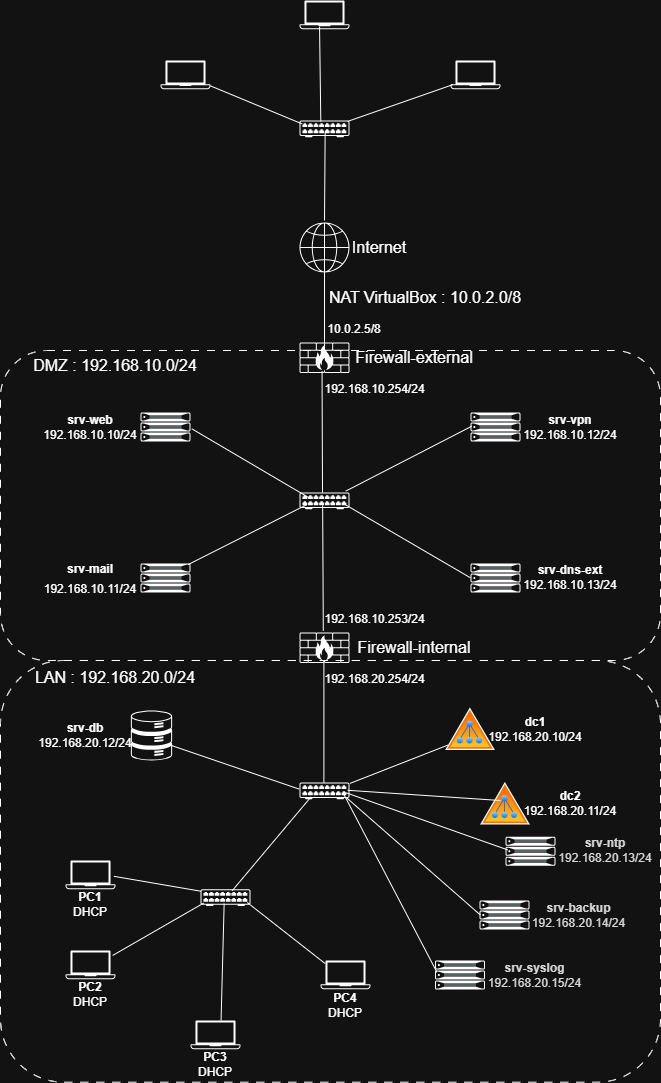
The draw.io diagram ressources/projet-reseaux-architecture.png in kylianjoff/projet-reseaux, before a commit. Source tidied: cells renumbered, new cells last; positions are measured from the earlier drawing's top-left corner, leaving out a move shared by most shapes.
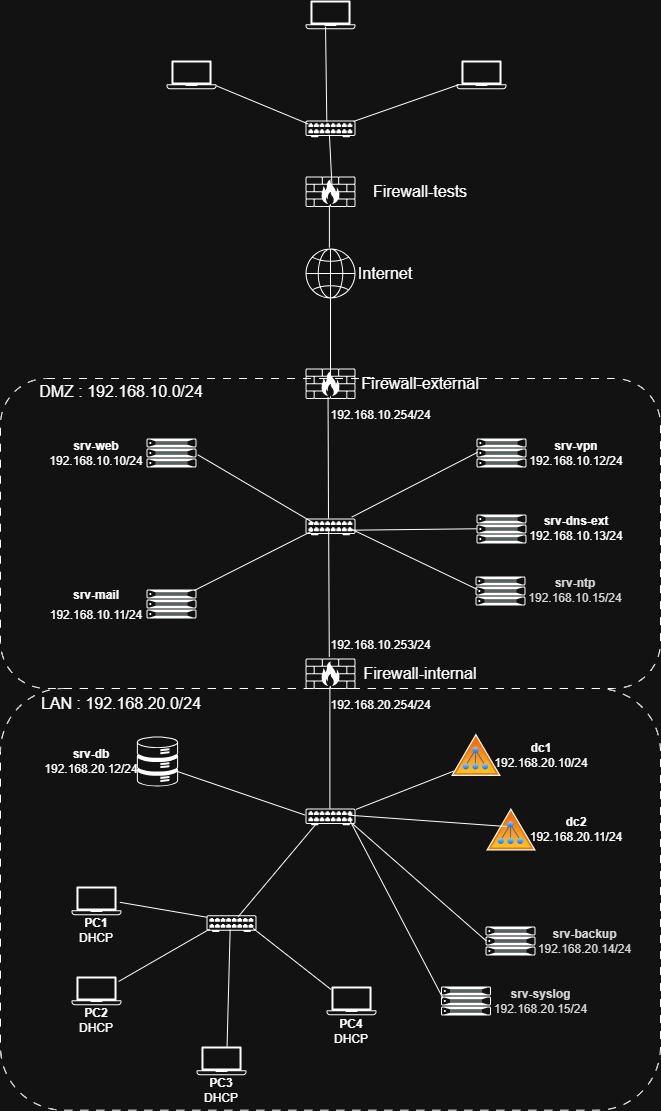
Later version of the same file.

Commit message:
Modification architecture

Diff of the diagram source:
```diff
@@ -12,7 +12,7 @@
       <mxGeometry x="60" y="562" width="60" height="30" as="geometry" />
     </mxCell>
     <mxCell id="5" value="&lt;b&gt;srv-dns-ext&lt;/b&gt;&lt;div&gt;192.168.10.13/24&lt;/div&gt;" style="text;html=1;whiteSpace=wrap;strokeColor=none;fillColor=none;align=center;verticalAlign=middle;rounded=0;labelBackgroundColor=none;" parent="1" vertex="1">
-      <mxGeometry x="540" y="562" width="60" height="30" as="geometry" />
+      <mxGeometry x="540" y="487" width="60" height="30" as="geometry" />
     </mxCell>
     <mxCell id="6" style="fillColorStyles=neutralFill;neutralFill=#9DA6A8;shape=mxgraph.networks2.icon;network2IconShadow=1;network2bgFillColor=none;labelPosition=center;verticalLabelPosition=bottom;align=center;verticalAlign=top;network2Icon=mxgraph.networks2.server;network2IconW=1.0001;network2IconH=0.5812;labelBackgroundColor=none;" parent="1" vertex="1">
       <mxGeometry x="140" y="412" width="50" height="29.1" as="geometry" />
@@ -21,7 +21,7 @@
       <mxGeometry x="140" y="563" width="50" height="29.1" as="geometry" />
     </mxCell>
     <mxCell id="8" style="fillColorStyles=neutralFill;neutralFill=#9DA6A8;shape=mxgraph.networks2.icon;network2IconShadow=1;network2bgFillColor=none;labelPosition=center;verticalLabelPosition=bottom;align=center;verticalAlign=top;network2Icon=mxgraph.networks2.server;network2IconW=1.0001;network2IconH=0.5812;labelBackgroundColor=none;" parent="1" vertex="1">
-      <mxGeometry x="470" y="563" width="50" height="29.1" as="geometry" />
+      <mxGeometry x="470" y="488" width="50" height="29.1" as="geometry" />
     </mxCell>
     <mxCell id="9" style="fillColorStyles=neutralFill;neutralFill=#9DA6A8;shape=mxgraph.networks2.icon;network2IconShadow=1;network2bgFillColor=none;labelPosition=center;verticalLabelPosition=bottom;align=center;verticalAlign=top;network2Icon=mxgraph.networks2.server;network2IconW=1.0001;network2IconH=0.5812;labelBackgroundColor=none;" parent="1" vertex="1">
       <mxGeometry x="470" y="412" width="50" height="29.1" as="geometry" />
@@ -63,9 +63,6 @@
         <mxPoint x="324" y="265" as="targetPoint" />
       </mxGeometry>
     </mxCell>
-    <mxCell id="21" value="&lt;font style=&quot;font-size: 12px;&quot;&gt;10.0.2.5/8&lt;/font&gt;" style="text;html=1;whiteSpace=wrap;strokeColor=none;fillColor=none;align=center;verticalAlign=middle;rounded=0;fontSize=16;labelBackgroundColor=none;" parent="1" vertex="1">
-      <mxGeometry x="324" y="312" width="60" height="30" as="geometry" />
-    </mxCell>
     <mxCell id="22" value="&lt;font style=&quot;font-size: 12px;&quot;&gt;192.168.10.254/24&lt;/font&gt;" style="text;html=1;whiteSpace=wrap;strokeColor=none;fillColor=none;align=center;verticalAlign=middle;rounded=0;fontSize=16;labelBackgroundColor=none;" parent="1" vertex="1">
       <mxGeometry x="340" y="372.4" width="69" height="30" as="geometry" />
     </mxCell>
@@ -82,21 +79,16 @@
       <mxGeometry x="299" y="222" width="50" height="50" as="geometry" />
     </mxCell>
     <mxCell id="27" style="shape=mxgraph.networks2.icon;network2IconShadow=1;network2bgFillColor=none;labelPosition=center;verticalLabelPosition=bottom;align=center;verticalAlign=top;network2Icon=mxgraph.networks2.patch_panel;network2IconXOffset=0.0001;network2IconYOffset=-0.0211;network2IconW=1;network2IconH=0.3359;labelBackgroundColor=none;" parent="1" vertex="1">
-      <mxGeometry x="299" y="120" width="50" height="16.8" as="geometry" />
+      <mxGeometry x="299" y="94" width="50" height="16.8" as="geometry" />
     </mxCell>
-    <mxCell id="28" style="endArrow=none;html=1;rounded=0;fontSize=12;fontColor=default;startSize=8;endSize=8;curved=1;entryX=0.513;entryY=0.722;entryDx=0;entryDy=0;entryPerimeter=0;startFillColor=light-dark(#FFFFFF,#FFFFFF);labelBackgroundColor=none;" parent="1" edge="1" target="27">
-      <mxGeometry relative="1" as="geometry">
-        <mxPoint x="324" y="220" as="sourcePoint" />
-      </mxGeometry>
-    </mxCell>
     <mxCell id="29" style="shape=mxgraph.networks2.icon;network2IconShadow=1;network2bgFillColor=none;labelPosition=center;verticalLabelPosition=bottom;align=center;verticalAlign=top;network2Icon=mxgraph.networks2.laptop;network2IconW=1;network2IconH=0.5734;labelBackgroundColor=none;" parent="1" vertex="1">
-      <mxGeometry x="160" y="60" width="50" height="28.7" as="geometry" />
+      <mxGeometry x="160" y="34" width="50" height="28.7" as="geometry" />
     </mxCell>
     <mxCell id="30" style="shape=mxgraph.networks2.icon;network2IconShadow=1;network2bgFillColor=none;labelPosition=center;verticalLabelPosition=bottom;align=center;verticalAlign=top;network2Icon=mxgraph.networks2.laptop;network2IconW=1;network2IconH=0.5734;labelBackgroundColor=none;" parent="1" vertex="1">
-      <mxGeometry x="299" width="50" height="28.7" as="geometry" />
+      <mxGeometry x="299" y="-26" width="50" height="28.7" as="geometry" />
     </mxCell>
     <mxCell id="31" style="shape=mxgraph.networks2.icon;network2IconShadow=1;network2bgFillColor=none;labelPosition=center;verticalLabelPosition=bottom;align=center;verticalAlign=top;network2Icon=mxgraph.networks2.laptop;network2IconW=1;network2IconH=0.5734;labelBackgroundColor=none;" parent="1" vertex="1">
-      <mxGeometry x="450" y="60" width="50" height="28.7" as="geometry" />
+      <mxGeometry x="450" y="34" width="50" height="28.7" as="geometry" />
     </mxCell>
     <mxCell id="32" style="endArrow=none;html=1;rounded=0;fontSize=12;fontColor=default;startSize=8;endSize=8;curved=1;entryX=0.049;entryY=0.841;entryDx=0;entryDy=0;entryPerimeter=0;startFillColor=light-dark(#FFFFFF,#FFFFFF);exitX=0.962;exitY=0.054;exitDx=0;exitDy=0;exitPerimeter=0;labelBackgroundColor=none;" parent="1" edge="1" source="27" target="31">
       <mxGeometry relative="1" as="geometry" />
@@ -126,7 +118,7 @@
       <mxGeometry x="320" y="960" width="50" height="28.7" as="geometry" />
     </mxCell>
     <mxCell id="41" style="fillColorStyles=neutralFill;neutralFill=#9DA6A8;shape=mxgraph.networks2.icon;network2IconShadow=1;network2bgFillColor=none;labelPosition=center;verticalLabelPosition=bottom;align=center;verticalAlign=top;network2Icon=mxgraph.networks2.server;network2IconW=1.0001;network2IconH=0.5812;labelBackgroundColor=none;" parent="1" vertex="1">
-      <mxGeometry x="505" y="836.3" width="50" height="29.1" as="geometry" />
+      <mxGeometry x="469" y="550" width="50" height="29.1" as="geometry" />
     </mxCell>
     <mxCell id="42" value="&lt;div&gt;&lt;b&gt;dc1&lt;/b&gt;&lt;/div&gt;&lt;div&gt;192.168.20.10/24&lt;/div&gt;" style="text;html=1;whiteSpace=wrap;strokeColor=none;fillColor=none;align=center;verticalAlign=middle;rounded=0;labelBackgroundColor=none;" parent="1" vertex="1">
       <mxGeometry x="505" y="713.7" width="60" height="30" as="geometry" />
@@ -159,11 +151,8 @@
       <mxGeometry x="349" y="632" width="130" height="30" as="geometry" />
     </mxCell>
     <mxCell id="52" style="rounded=1;whiteSpace=wrap;html=1;fillColor=none;dashed=1;dashPattern=8 8;labelBackgroundColor=none;" parent="1" vertex="1">
-      <mxGeometry y="350" width="660" height="310" as="geometry" />
+      <mxGeometry x="-6" y="352" width="660" height="310" as="geometry" />
     </mxCell>
-    <mxCell id="53" style="rounded=1;whiteSpace=wrap;html=1;fillColor=none;dashed=1;dashPattern=8 8;labelBackgroundColor=none;" parent="1" vertex="1">
-      <mxGeometry y="660" width="660" height="421.7" as="geometry" />
-    </mxCell>
     <mxCell id="54" value="Internet" style="text;html=1;whiteSpace=wrap;strokeColor=none;fillColor=none;align=center;verticalAlign=middle;rounded=0;fontSize=16;labelBackgroundColor=none;" parent="1" vertex="1">
       <mxGeometry x="349" y="232" width="60" height="30" as="geometry" />
     </mxCell>
@@ -173,9 +162,6 @@
     <mxCell id="56" value="LAN : 192.168.20.0/24" style="text;html=1;whiteSpace=wrap;strokeColor=none;fillColor=none;align=center;verticalAlign=middle;rounded=0;fontSize=16;labelBackgroundColor=none;" parent="1" vertex="1">
       <mxGeometry x="20" y="662.4" width="190" height="30" as="geometry" />
     </mxCell>
-    <mxCell id="57" value="NAT VirtualBox : 10.0.2.0/8" style="text;html=1;whiteSpace=wrap;strokeColor=none;fillColor=none;align=center;verticalAlign=middle;rounded=0;fontSize=16;labelBackgroundColor=none;" parent="1" vertex="1">
-      <mxGeometry x="320" y="282" width="210" height="30" as="geometry" />
-    </mxCell>
     <mxCell id="58" style="image;perimeter=ellipsePerimeter;html=1;align=center;shadow=0;dashed=0;spacingTop=3;image=img/lib/active_directory/active_directory.svg;labelBackgroundColor=none;" parent="1" vertex="1">
       <mxGeometry x="445" y="707.5" width="50" height="42.5" as="geometry" />
     </mxCell>
@@ -185,8 +171,8 @@
     <mxCell id="60" value="&lt;div&gt;&lt;b&gt;dc2&lt;/b&gt;&lt;/div&gt;&lt;div&gt;192.168.20.11/24&lt;/div&gt;" style="text;html=1;whiteSpace=wrap;strokeColor=none;fillColor=none;align=center;verticalAlign=middle;rounded=0;labelBackgroundColor=none;" parent="1" vertex="1">
       <mxGeometry x="540" y="788.2" width="60" height="30" as="geometry" />
     </mxCell>
-    <mxCell id="61" value="&lt;div&gt;&lt;span style=&quot;background-color: transparent; color: light-dark(rgb(26, 26, 26), rgb(215, 215, 215));&quot;&gt;&lt;b&gt;srv-ntp&lt;/b&gt;&lt;/span&gt;&lt;/div&gt;&lt;div&gt;&lt;span style=&quot;background-color: transparent; color: light-dark(rgb(26, 26, 26), rgb(215, 215, 215));&quot;&gt;192.168.20.13/24&lt;/span&gt;&lt;/div&gt;" style="text;html=1;whiteSpace=wrap;strokeColor=none;fillColor=none;align=center;verticalAlign=middle;rounded=0;labelBackgroundColor=none;" parent="1" vertex="1">
-      <mxGeometry x="575" y="836.3" width="60" height="27.9" as="geometry" />
+    <mxCell id="61" value="&lt;div&gt;&lt;span style=&quot;background-color: transparent; color: light-dark(rgb(26, 26, 26), rgb(215, 215, 215));&quot;&gt;&lt;b&gt;srv-ntp&lt;/b&gt;&lt;/span&gt;&lt;/div&gt;&lt;div&gt;&lt;span style=&quot;background-color: transparent; color: light-dark(rgb(26, 26, 26), rgb(215, 215, 215));&quot;&gt;192.168.10.15/24&lt;/span&gt;&lt;/div&gt;" style="text;html=1;whiteSpace=wrap;strokeColor=none;fillColor=none;align=center;verticalAlign=middle;rounded=0;labelBackgroundColor=none;" parent="1" vertex="1">
+      <mxGeometry x="539" y="550" width="60" height="27.9" as="geometry" />
     </mxCell>
     <mxCell id="62" style="fillColorStyles=neutralFill;neutralFill=#9DA6A8;shape=mxgraph.networks2.icon;network2IconShadow=1;network2bgFillColor=none;labelPosition=center;verticalLabelPosition=bottom;align=center;verticalAlign=top;network2Icon=mxgraph.networks2.server;network2IconW=1.0001;network2IconH=0.5812;labelBackgroundColor=none;" parent="1" vertex="1">
       <mxGeometry x="479" y="900" width="50" height="29.1" as="geometry" />
@@ -203,10 +189,7 @@
     <mxCell id="66" style="endArrow=none;html=1;rounded=0;fontSize=12;fontColor=default;startSize=8;endSize=8;curved=1;exitX=0.05;exitY=0.872;exitDx=0;exitDy=0;exitPerimeter=0;entryX=1.012;entryY=0.051;entryDx=0;entryDy=0;entryPerimeter=0;startFillColor=light-dark(#FFFFFF,#FFFFFF);labelBackgroundColor=none;" parent="1" edge="1" source="58" target="13">
       <mxGeometry relative="1" as="geometry" />
     </mxCell>
-    <mxCell id="67" style="endArrow=none;html=1;rounded=0;fontSize=12;fontColor=default;startSize=8;endSize=8;curved=1;exitX=0.4;exitY=0.424;exitDx=0;exitDy=0;exitPerimeter=0;entryX=0.966;entryY=0.464;entryDx=0;entryDy=0;entryPerimeter=0;startFillColor=light-dark(#FFFFFF,#FFFFFF);labelBackgroundColor=none;" parent="1" edge="1" source="59" target="13">
-      <mxGeometry relative="1" as="geometry" />
-    </mxCell>
-    <mxCell id="68" style="endArrow=none;html=1;rounded=0;fontSize=12;fontColor=default;startSize=8;endSize=8;curved=1;exitX=0.042;exitY=0.449;exitDx=0;exitDy=0;exitPerimeter=0;entryX=0.92;entryY=0.601;entryDx=0;entryDy=0;entryPerimeter=0;startFillColor=light-dark(#FFFFFF,#FFFFFF);labelBackgroundColor=none;" parent="1" edge="1" source="41" target="13">
+    <mxCell id="68" style="endArrow=none;html=1;rounded=0;fontSize=12;fontColor=default;startSize=8;endSize=8;curved=1;exitX=0.042;exitY=0.449;exitDx=0;exitDy=0;exitPerimeter=0;entryX=0.875;entryY=0.573;entryDx=0;entryDy=0;entryPerimeter=0;startFillColor=light-dark(#FFFFFF,#FFFFFF);labelBackgroundColor=none;" parent="1" edge="1" source="41" target="12">
       <mxGeometry relative="1" as="geometry" />
     </mxCell>
     <mxCell id="69" style="endArrow=none;html=1;rounded=0;fontSize=12;fontColor=default;startSize=8;endSize=8;curved=1;exitX=0.017;exitY=0.498;exitDx=0;exitDy=0;exitPerimeter=0;entryX=0.939;entryY=0.903;entryDx=0;entryDy=0;entryPerimeter=0;startFillColor=light-dark(#FFFFFF,#FFFFFF);labelBackgroundColor=none;" parent="1" edge="1" source="62" target="13">
@@ -227,5 +210,23 @@
     <mxCell id="74" value="&lt;b&gt;PC4&lt;/b&gt;&lt;br&gt;&lt;div&gt;DHCP&lt;/div&gt;" style="text;html=1;whiteSpace=wrap;strokeColor=none;fillColor=none;align=center;verticalAlign=middle;rounded=0;labelBackgroundColor=none;" parent="1" vertex="1">
       <mxGeometry x="315" y="990" width="60" height="30" as="geometry" />
     </mxCell>
+    <mxCell id="67" style="endArrow=none;html=1;rounded=0;fontSize=12;fontColor=default;startSize=8;endSize=8;curved=1;exitX=0.4;exitY=0.424;exitDx=0;exitDy=0;exitPerimeter=0;startFillColor=light-dark(#FFFFFF,#FFFFFF);labelBackgroundColor=none;entryX=0.865;entryY=0.398;entryDx=0;entryDy=0;entryPerimeter=0;" parent="1" edge="1" source="59" target="13">
+      <mxGeometry relative="1" as="geometry" />
+    </mxCell>
+    <mxCell id="53" style="rounded=1;whiteSpace=wrap;html=1;fillColor=none;dashed=1;dashPattern=8 8;labelBackgroundColor=none;" parent="1" vertex="1">
+      <mxGeometry x="-6" y="662" width="660" height="421.7" as="geometry" />
+    </mxCell>
+    <mxCell id="75" style="shape=mxgraph.networks2.icon;network2IconShadow=1;network2bgFillColor=none;labelPosition=center;verticalLabelPosition=bottom;align=center;verticalAlign=top;network2Icon=mxgraph.networks2.firewall;network2IconXOffset=0.0001;network2IconYOffset=0.0001;network2IconW=1;network2IconH=0.608;labelBackgroundColor=none;" parent="1" vertex="1">
+      <mxGeometry x="299" y="150" width="50" height="30.4" as="geometry" />
+    </mxCell>
+    <mxCell id="76" value="Firewall-tests" style="text;html=1;whiteSpace=wrap;strokeColor=none;fillColor=none;align=center;verticalAlign=middle;rounded=0;fontSize=16;labelBackgroundColor=none;" parent="1" vertex="1">
+      <mxGeometry x="349" y="150.4" width="130" height="30" as="geometry" />
+    </mxCell>
+    <mxCell id="77" style="endArrow=none;html=1;rounded=0;fontSize=12;fontColor=default;startSize=8;endSize=8;curved=1;entryX=0.478;entryY=0.954;entryDx=0;entryDy=0;entryPerimeter=0;startFillColor=light-dark(#FFFFFF,#FFFFFF);exitX=0.478;exitY=-0.018;exitDx=0;exitDy=0;exitPerimeter=0;labelBackgroundColor=none;" parent="1" edge="1" source="26" target="75">
+      <mxGeometry relative="1" as="geometry" />
+    </mxCell>
+    <mxCell id="78" style="endArrow=none;html=1;rounded=0;fontSize=12;fontColor=default;startSize=8;endSize=8;curved=1;entryX=0.478;entryY=0.849;entryDx=0;entryDy=0;entryPerimeter=0;startFillColor=light-dark(#FFFFFF,#FFFFFF);labelBackgroundColor=none;exitX=0.528;exitY=0.261;exitDx=0;exitDy=0;exitPerimeter=0;" parent="1" edge="1" source="75" target="27">
+      <mxGeometry relative="1" as="geometry" />
+    </mxCell>
   </root>
 </mxGraphModel>
```
